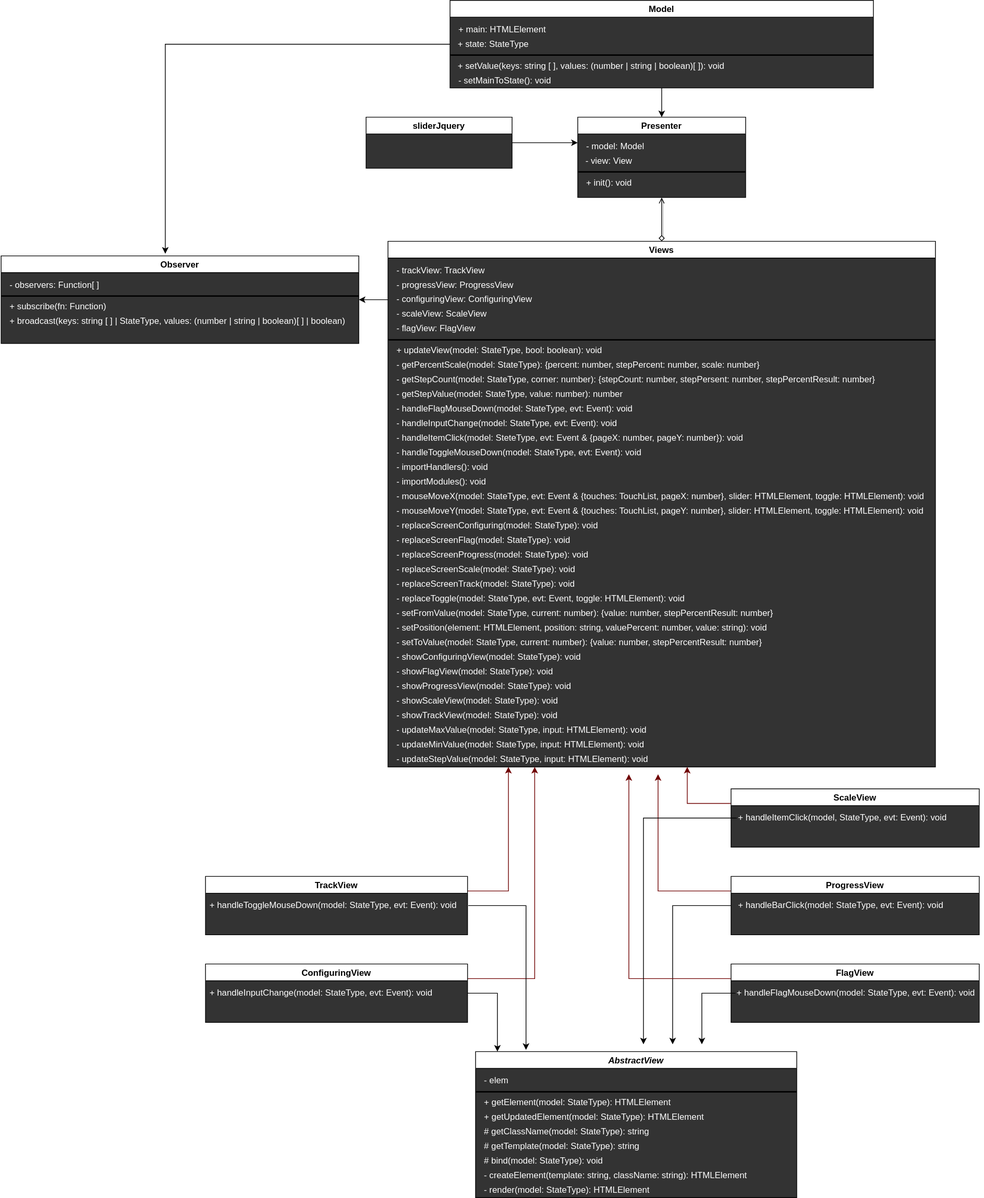
Earlier version of the draw.io export UML.svg (webproject67/Slider). Source tidied: cells renumbered, new cells last; positions are measured from the earlier drawing's top-left corner, leaving out a move shared by most shapes.
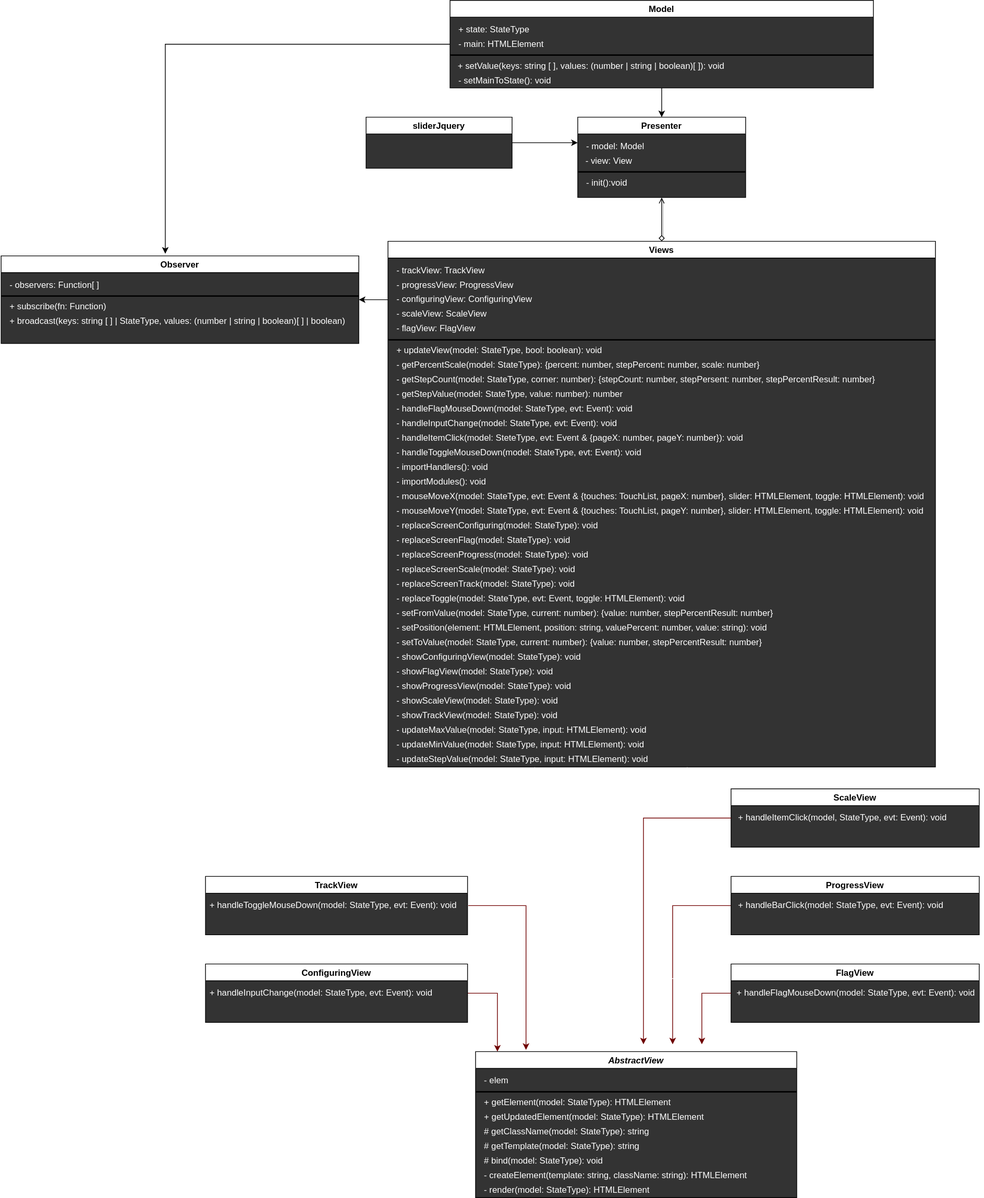
Above is the later version.

Change to the diagram source:
```diff
@@ -11,8 +11,8 @@
     <mxCell id="4" style="line;strokeWidth=2;html=1;" parent="3" vertex="1">
       <mxGeometry y="70" width="230" height="10" as="geometry" />
     </mxCell>
-    <mxCell id="5" value="&lt;div style=&quot;line-height: 19px&quot;&gt;&lt;font style=&quot;font-size: 12px&quot; color=&quot;#ffffff&quot;&gt;+ init(): void&lt;/font&gt;&lt;/div&gt;" style="text;html=1;align=left;verticalAlign=middle;" parent="3" vertex="1">
-      <mxGeometry x="10" y="80" width="80" height="20" as="geometry" />
+    <mxCell id="5" value="&lt;div style=&quot;line-height: 19px&quot;&gt;&lt;font style=&quot;font-size: 12px&quot; color=&quot;#ffffff&quot;&gt;- init():void&lt;/font&gt;&lt;/div&gt;" style="text;html=1;align=left;verticalAlign=middle;" parent="3" vertex="1">
+      <mxGeometry x="10" y="80" width="70" height="20" as="geometry" />
     </mxCell>
     <mxCell id="6" value="&lt;font color=&quot;#ffffff&quot;&gt;- view: View&lt;/font&gt;" style="text;html=1;align=left;verticalAlign=middle;" parent="3" vertex="1">
       <mxGeometry x="9" y="50" width="80" height="20" as="geometry" />
@@ -50,7 +50,7 @@
     <mxCell id="17" value="&lt;div style=&quot;line-height: 19px&quot;&gt;&lt;font style=&quot;font-size: 12px&quot; color=&quot;#ffffff&quot;&gt;+ getUpdatedElement(model: StateType): HTMLElement&lt;/font&gt;&lt;/div&gt;" style="text;html=1;align=left;verticalAlign=middle;" parent="8" vertex="1">
       <mxGeometry x="10" y="80" width="320" height="20" as="geometry" />
     </mxCell>
-    <mxCell id="18" style="edgeStyle=orthogonalEdgeStyle;rounded=0;jettySize=auto;html=1;exitX=1;exitY=0.25;exitDx=0;exitDy=0;fillColor=#a20025;strokeColor=#6F0000;" parent="1" edge="1" source="19">
+    <mxCell id="18" style="edgeStyle=orthogonalEdgeStyle;rounded=0;jettySize=auto;html=1;exitX=1;exitY=0.25;exitDx=0;exitDy=0;fillColor=#a20025;strokeColor=#FFFFFF;" parent="1" edge="1" source="19">
       <mxGeometry relative="1" as="geometry">
         <mxPoint x="695" y="1050" as="targetPoint" />
       </mxGeometry>
@@ -172,10 +172,10 @@
     <mxCell id="57" value="&lt;div style=&quot;line-height: 19px&quot;&gt;&lt;font style=&quot;font-size: 12px&quot; color=&quot;#ffffff&quot;&gt;- getStepCount(model: StateType, corner: number): {stepCount: number, stepPersent: number, stepPercentResult: number}&lt;/font&gt;&lt;/div&gt;" style="text;html=1;align=left;verticalAlign=middle;" parent="22" vertex="1">
       <mxGeometry x="10" y="180" width="670" height="20" as="geometry" />
     </mxCell>
-    <mxCell id="58" style="edgeStyle=orthogonalEdgeStyle;rounded=0;jettySize=auto;html=1;exitX=1;exitY=0.5;exitDx=0;exitDy=0;entryX=0.068;entryY=0;entryDx=0;entryDy=0;entryPerimeter=0;" parent="1" edge="1" source="60" target="8">
+    <mxCell id="58" style="edgeStyle=orthogonalEdgeStyle;rounded=0;jettySize=auto;html=1;exitX=1;exitY=0.5;exitDx=0;exitDy=0;entryX=0.068;entryY=0;entryDx=0;entryDy=0;entryPerimeter=0;fillColor=#a20025;strokeColor=#6F0000;" parent="1" edge="1" source="60" target="8">
       <mxGeometry relative="1" as="geometry" />
     </mxCell>
-    <mxCell id="59" style="edgeStyle=orthogonalEdgeStyle;rounded=0;jettySize=auto;html=1;exitX=1;exitY=0.25;exitDx=0;exitDy=0;fillColor=#a20025;strokeColor=#6F0000;" parent="1" edge="1" source="60">
+    <mxCell id="59" style="edgeStyle=orthogonalEdgeStyle;rounded=0;jettySize=auto;html=1;exitX=1;exitY=0.25;exitDx=0;exitDy=0;fillColor=#a20025;strokeColor=#FFFFFF;" parent="1" edge="1" source="60">
       <mxGeometry relative="1" as="geometry">
         <mxPoint x="731" y="1050" as="targetPoint" />
       </mxGeometry>
@@ -189,12 +189,12 @@
     <mxCell id="62" value="&lt;div style=&quot;line-height: 19px&quot;&gt;&lt;font style=&quot;font-size: 12px&quot; color=&quot;#ffffff&quot;&gt;+ handleInputChange(model: StateType, evt: Event): void&lt;/font&gt;&lt;/div&gt;" style="text;html=1;align=left;verticalAlign=middle;" parent="60" vertex="1">
       <mxGeometry x="4" y="30" width="320" height="20" as="geometry" />
     </mxCell>
-    <mxCell id="63" style="edgeStyle=orthogonalEdgeStyle;rounded=0;jettySize=auto;html=1;exitX=0;exitY=0.5;exitDx=0;exitDy=0;" parent="1" edge="1" source="65">
+    <mxCell id="63" style="edgeStyle=orthogonalEdgeStyle;rounded=0;jettySize=auto;html=1;exitX=0;exitY=0.5;exitDx=0;exitDy=0;fillColor=#a20025;strokeColor=#6F0000;" parent="1" edge="1" source="65">
       <mxGeometry relative="1" as="geometry">
         <mxPoint x="920" y="1430" as="targetPoint" />
       </mxGeometry>
     </mxCell>
-    <mxCell id="64" style="edgeStyle=orthogonalEdgeStyle;rounded=0;jettySize=auto;html=1;exitX=0;exitY=0.25;exitDx=0;exitDy=0;fillColor=#a20025;strokeColor=#6F0000;" parent="1" edge="1" source="65">
+    <mxCell id="64" style="edgeStyle=orthogonalEdgeStyle;rounded=0;jettySize=auto;html=1;exitX=0;exitY=0.25;exitDx=0;exitDy=0;fillColor=#a20025;strokeColor=#FFFFFF;" parent="1" edge="1" source="65">
       <mxGeometry relative="1" as="geometry">
         <mxPoint x="900" y="1060" as="targetPoint" />
       </mxGeometry>
@@ -211,7 +211,7 @@
     <mxCell id="68" value="&lt;div style=&quot;line-height: 19px&quot;&gt;&lt;font style=&quot;font-size: 12px&quot; color=&quot;#ffffff&quot;&gt;+ handleBarClick(model: StateType, evt: Event): void&lt;/font&gt;&lt;/div&gt;" style="text;html=1;align=left;verticalAlign=middle;" parent="65" vertex="1">
       <mxGeometry x="8" y="30" width="300" height="20" as="geometry" />
     </mxCell>
-    <mxCell id="69" style="edgeStyle=orthogonalEdgeStyle;rounded=0;jettySize=auto;html=1;exitX=0;exitY=0.25;exitDx=0;exitDy=0;fillColor=#a20025;strokeColor=#6F0000;" parent="1" edge="1" source="70">
+    <mxCell id="69" style="edgeStyle=orthogonalEdgeStyle;rounded=0;jettySize=auto;html=1;exitX=0;exitY=0.25;exitDx=0;exitDy=0;fillColor=#a20025;strokeColor=#FFFFFF;" parent="1" edge="1" source="70">
       <mxGeometry relative="1" as="geometry">
         <mxPoint x="860" y="1060" as="targetPoint" />
       </mxGeometry>
@@ -233,7 +233,7 @@
     <mxCell id="74" value="sliderJquery" style="swimlane;swimlaneFillColor=#333333;" parent="1" vertex="1">
       <mxGeometry x="500" y="160" width="200" height="70" as="geometry" />
     </mxCell>
-    <mxCell id="75" style="edgeStyle=orthogonalEdgeStyle;rounded=0;jettySize=auto;html=1;exitX=0;exitY=0.25;exitDx=0;exitDy=0;fillColor=#a20025;strokeColor=#6F0000;" parent="1" edge="1" source="76">
+    <mxCell id="75" style="edgeStyle=orthogonalEdgeStyle;rounded=0;jettySize=auto;html=1;exitX=0;exitY=0.25;exitDx=0;exitDy=0;fillColor=#e1d5e7;strokeColor=#FFFFFF;" parent="1" edge="1" source="76">
       <mxGeometry relative="1" as="geometry">
         <mxPoint x="940" y="1050" as="targetPoint" />
       </mxGeometry>
@@ -250,7 +250,7 @@
     <mxCell id="79" value="&lt;div style=&quot;line-height: 19px&quot;&gt;&lt;font style=&quot;font-size: 12px&quot; color=&quot;#ffffff&quot;&gt;+ handleItemClick(model, StateType, evt: Event): void&lt;/font&gt;&lt;/div&gt;" style="text;html=1;align=left;verticalAlign=middle;points=[];" parent="76" vertex="1">
       <mxGeometry x="8" y="30" width="300" height="20" as="geometry" />
     </mxCell>
-    <mxCell id="80" style="edgeStyle=orthogonalEdgeStyle;rounded=0;jettySize=auto;html=1;entryX=0.157;entryY=-0.012;entryDx=0;entryDy=0;entryPerimeter=0;" parent="1" edge="1" target="8">
+    <mxCell id="80" style="edgeStyle=orthogonalEdgeStyle;rounded=0;jettySize=auto;html=1;entryX=0.157;entryY=-0.012;entryDx=0;entryDy=0;entryPerimeter=0;fillColor=#a20025;strokeColor=#6F0000;" parent="1" edge="1" target="8">
       <mxGeometry relative="1" as="geometry">
         <mxPoint x="640" y="1240" as="sourcePoint" />
       </mxGeometry>
@@ -291,21 +291,23 @@
       <mxGeometry x="10" y="100" width="140" height="20" as="geometry" />
     </mxCell>
     <mxCell id="92" value="&lt;font color=&quot;#ffffff&quot;&gt;+ state: StateType&lt;/font&gt;" style="text;html=1;align=left;verticalAlign=middle;" parent="89" vertex="1">
-      <mxGeometry x="9" y="50" width="110" height="20" as="geometry" />
+      <mxGeometry x="10" y="30" width="110" height="20" as="geometry" />
     </mxCell>
-    <mxCell id="93" value="&lt;font color=&quot;#ffffff&quot;&gt;+ main: HTMLElement&lt;/font&gt;" style="text;html=1;align=left;verticalAlign=middle;" parent="89" vertex="1">
-      <mxGeometry x="10" y="30" width="140" height="20" as="geometry" />
+    <mxCell id="93" value="&lt;font color=&quot;#ffffff&quot;&gt;- main: HTMLElement&lt;/font&gt;" style="text;html=1;align=left;verticalAlign=middle;" parent="89" vertex="1">
+      <mxGeometry x="10" y="50" width="130" height="20" as="geometry" />
     </mxCell>
     <mxCell id="94" value="&lt;div style=&quot;line-height: 19px&quot;&gt;&lt;font style=&quot;font-size: 12px&quot; color=&quot;#ffffff&quot;&gt;+ setValue(keys: string [ ], values: (number | string | boolean)[ ]): void&lt;/font&gt;&lt;/div&gt;" style="text;html=1;align=left;verticalAlign=middle;" parent="89" vertex="1">
       <mxGeometry x="9" y="80" width="380" height="20" as="geometry" />
     </mxCell>
-    <mxCell id="95" style="edgeStyle=orthogonalEdgeStyle;rounded=0;jettySize=auto;html=1;" parent="1" edge="1" source="72">
+    <mxCell id="95" style="edgeStyle=orthogonalEdgeStyle;rounded=0;orthogonalLoop=1;jettySize=auto;html=1;fillColor=#a20025;strokeColor=#6F0000;" parent="1" edge="1">
       <mxGeometry relative="1" as="geometry">
+        <mxPoint x="1000" y="1360" as="sourcePoint" />
         <mxPoint x="960" y="1430" as="targetPoint" />
       </mxGeometry>
     </mxCell>
-    <mxCell id="96" style="edgeStyle=orthogonalEdgeStyle;rounded=0;jettySize=auto;html=1;" parent="1" edge="1" source="79">
+    <mxCell id="96" style="edgeStyle=orthogonalEdgeStyle;rounded=0;orthogonalLoop=1;jettySize=auto;html=1;fillColor=#a20025;strokeColor=#6F0000;" parent="1" edge="1">
       <mxGeometry relative="1" as="geometry">
+        <mxPoint x="1000" y="1120" as="sourcePoint" />
         <mxPoint x="880" y="1430" as="targetPoint" />
       </mxGeometry>
     </mxCell>
```
